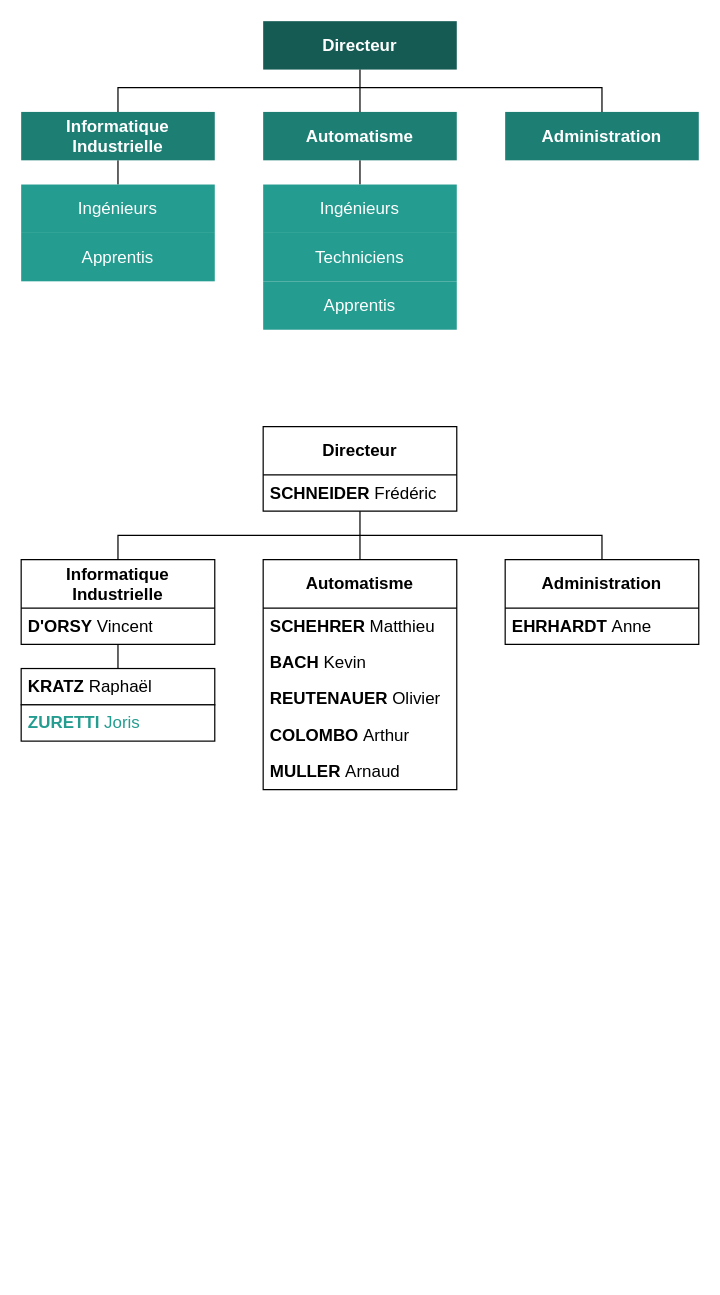
This is bee-automation.drawio from joriszuretti/esirem, a draw.io file, before an edit. Source tidied: cells renumbered, new cells numbered last; positions are measured from the earlier drawing's top-left corner, leaving out a move shared by most shapes. Both pictures are drawn from the tidied source at 121%, with x=0, y=0 at pixel (21, 21).
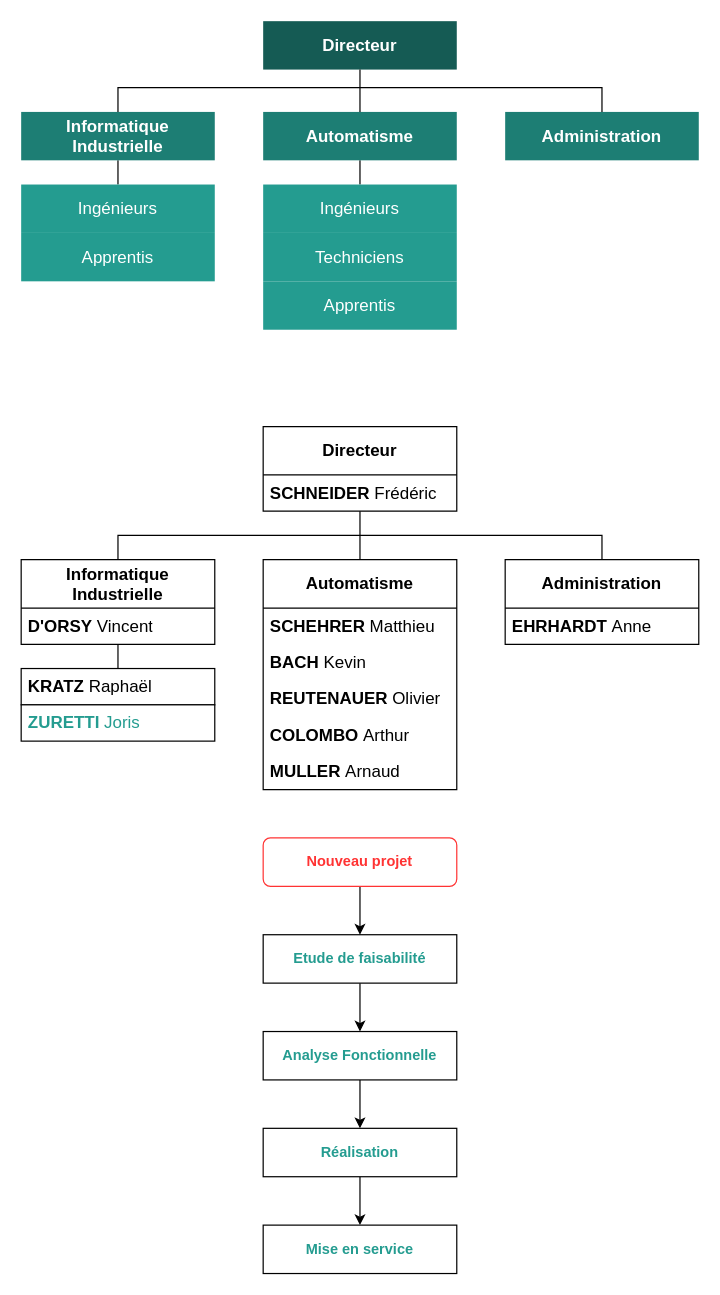
Above is the later version.

Commit message:
Mettre à jour bee-automation.drawio

Change to the diagram source:
```diff
@@
+    <mxCell id="34" style="edgeStyle=orthogonalEdgeStyle;rounded=0;jettySize=auto;html=1;exitX=0.5;exitY=1;exitDx=0;exitDy=0;entryX=0.5;entryY=0;entryDx=0;entryDy=0;" parent="1" edge="1" source="35" target="37">
+      <mxGeometry relative="1" as="geometry" />
+    </mxCell>
+    <mxCell id="35" value="Etude de faisabilité" style="rounded=0;whiteSpace=wrap;html=1;fontStyle=1;fontColor=#249C90;" parent="1" vertex="1">
+      <mxGeometry x="200" y="755" width="160" height="40" as="geometry" />
+    </mxCell>
+    <mxCell id="36" style="edgeStyle=orthogonalEdgeStyle;rounded=0;jettySize=auto;html=1;exitX=0.5;exitY=1;exitDx=0;exitDy=0;entryX=0.5;entryY=0;entryDx=0;entryDy=0;" parent="1" edge="1" source="37" target="39">
+      <mxGeometry relative="1" as="geometry" />
+    </mxCell>
+    <mxCell id="37" value="Analyse Fonctionnelle" style="rounded=0;whiteSpace=wrap;html=1;fontStyle=1;fontColor=#249C90;" parent="1" vertex="1">
+      <mxGeometry x="200" y="835" width="160" height="40" as="geometry" />
+    </mxCell>
+    <mxCell id="38" style="edgeStyle=orthogonalEdgeStyle;rounded=0;jettySize=auto;html=1;exitX=0.5;exitY=1;exitDx=0;exitDy=0;entryX=0.5;entryY=0;entryDx=0;entryDy=0;" parent="1" edge="1" source="39" target="40">
+      <mxGeometry relative="1" as="geometry" />
+    </mxCell>
+    <mxCell id="39" value="Réalisation" style="rounded=0;whiteSpace=wrap;html=1;fontStyle=1;fontColor=#249C90;" parent="1" vertex="1">
+      <mxGeometry x="200" y="915" width="160" height="40" as="geometry" />
+    </mxCell>
+    <mxCell id="40" value="Mise en service" style="rounded=0;whiteSpace=wrap;html=1;fontStyle=1;fontColor=#249C90;" parent="1" vertex="1">
+      <mxGeometry x="200" y="995" width="160" height="40" as="geometry" />
+    </mxCell>
+    <mxCell id="41" style="edgeStyle=orthogonalEdgeStyle;rounded=0;jettySize=auto;html=1;exitX=0.5;exitY=1;exitDx=0;exitDy=0;entryX=0.5;entryY=0;entryDx=0;entryDy=0;" parent="1" edge="1" source="42" target="35">
+      <mxGeometry relative="1" as="geometry" />
+    </mxCell>
+    <mxCell id="42" value="&lt;b&gt;&lt;font color=&quot;#ff3333&quot;&gt;Nouveau projet&lt;/font&gt;&lt;/b&gt;" style="rounded=1;whiteSpace=wrap;html=1;fillColor=none;strokeColor=#FF3333;" parent="1" vertex="1">
+      <mxGeometry x="200" y="675" width="160" height="40" as="geometry" />
+    </mxCell>
```
